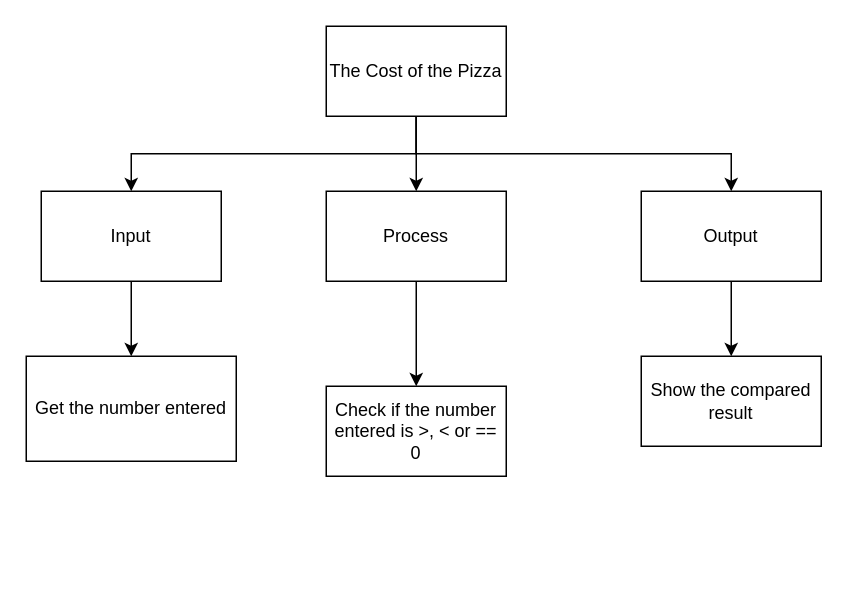
Before: design.top-down.drawio in Yiyun-Qin/ICS3U-Template-Python, a draw.io diagram. Source tidied: cells renumbered, new cells numbered last; positions are measured from the earlier drawing's top-left corner, leaving out a move shared by most shapes. Both pictures are drawn from the tidied source at 150%, with x=0, y=0 at pixel (26, 26).
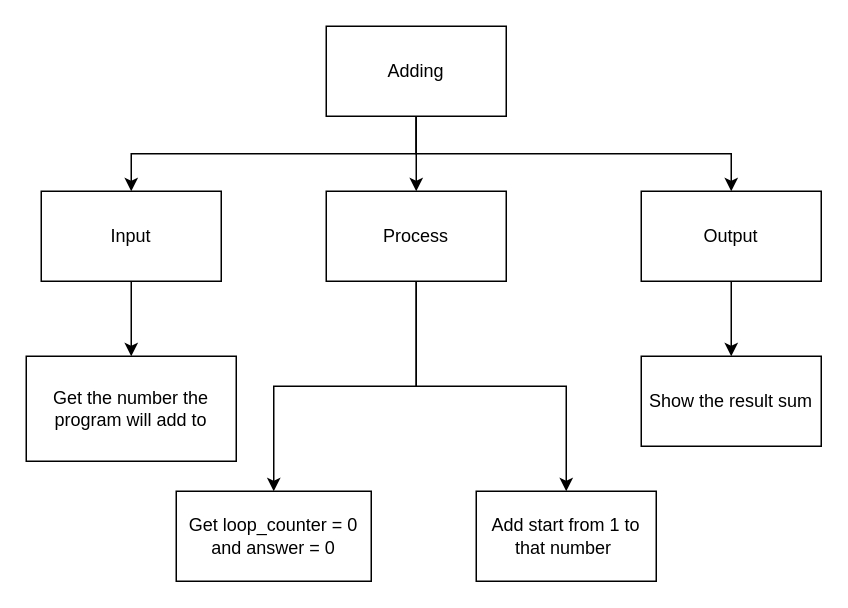
The same diagram, later.

Change to the diagram source:
```diff
@@
 <mxGraphModel>
   <root>
     <mxCell id="0" />
     <mxCell id="1" parent="0" />
     <mxCell id="2" style="edgeStyle=orthogonalEdgeStyle;html=1;exitX=0.5;exitY=1;exitDx=0;exitDy=0;entryX=0.5;entryY=0;entryDx=0;entryDy=0;rounded=0;" parent="1" edge="1" source="5" target="7">
       <mxGeometry relative="1" as="geometry" />
     </mxCell>
     <mxCell id="3" style="edgeStyle=orthogonalEdgeStyle;rounded=0;html=1;exitX=0.5;exitY=1;exitDx=0;exitDy=0;entryX=0.5;entryY=0;entryDx=0;entryDy=0;" parent="1" edge="1" source="5" target="9">
       <mxGeometry relative="1" as="geometry" />
     </mxCell>
     <mxCell id="4" style="edgeStyle=orthogonalEdgeStyle;rounded=0;html=1;exitX=0.5;exitY=1;exitDx=0;exitDy=0;entryX=0.5;entryY=0;entryDx=0;entryDy=0;" parent="1" edge="1" source="5" target="11">
       <mxGeometry relative="1" as="geometry" />
     </mxCell>
-    <mxCell id="5" value="The Cost of the Pizza" style="rounded=0;whiteSpace=wrap;html=1;" parent="1" vertex="1">
+    <mxCell id="5" value="Adding" style="rounded=0;whiteSpace=wrap;html=1;" parent="1" vertex="1">
       <mxGeometry x="200" width="120" height="60" as="geometry" />
     </mxCell>
     <mxCell id="6" style="edgeStyle=orthogonalEdgeStyle;rounded=0;html=1;exitX=0.5;exitY=1;exitDx=0;exitDy=0;entryX=0.5;entryY=0;entryDx=0;entryDy=0;" parent="1" edge="1" source="7" target="12">
       <mxGeometry relative="1" as="geometry" />
     </mxCell>
     <mxCell id="7" value="Input" style="rounded=0;whiteSpace=wrap;html=1;" parent="1" vertex="1">
       <mxGeometry x="10" y="110" width="120" height="60" as="geometry" />
     </mxCell>
     <mxCell id="8" style="edgeStyle=orthogonalEdgeStyle;rounded=0;html=1;exitX=0.5;exitY=1;exitDx=0;exitDy=0;entryX=0.5;entryY=0;entryDx=0;entryDy=0;" parent="1" edge="1" source="9" target="13">
       <mxGeometry relative="1" as="geometry" />
     </mxCell>
+    <mxCell id="15" style="edgeStyle=orthogonalEdgeStyle;html=1;exitX=0.5;exitY=1;exitDx=0;exitDy=0;entryX=0.5;entryY=0;entryDx=0;entryDy=0;rounded=0;" parent="1" edge="1" source="9" target="16">
+      <mxGeometry relative="1" as="geometry" />
+    </mxCell>
     <mxCell id="9" value="Process" style="rounded=0;whiteSpace=wrap;html=1;" parent="1" vertex="1">
       <mxGeometry x="200" y="110" width="120" height="60" as="geometry" />
     </mxCell>
     <mxCell id="10" style="edgeStyle=orthogonalEdgeStyle;rounded=0;html=1;exitX=0.5;exitY=1;exitDx=0;exitDy=0;entryX=0.5;entryY=0;entryDx=0;entryDy=0;" parent="1" edge="1" source="11" target="14">
       <mxGeometry relative="1" as="geometry" />
     </mxCell>
     <mxCell id="11" value="Output" style="rounded=0;whiteSpace=wrap;html=1;" parent="1" vertex="1">
       <mxGeometry x="410" y="110" width="120" height="60" as="geometry" />
     </mxCell>
-    <mxCell id="12" value="Get the number entered" style="rounded=0;whiteSpace=wrap;html=1;" parent="1" vertex="1">
+    <mxCell id="12" value="Get the number the program will add to" style="rounded=0;whiteSpace=wrap;html=1;" parent="1" vertex="1">
       <mxGeometry y="220" width="140" height="70" as="geometry" />
     </mxCell>
-    <mxCell id="13" value="Check if the number entered is &amp;gt;, &amp;lt; or == 0" style="rounded=0;whiteSpace=wrap;html=1;" parent="1" vertex="1">
-      <mxGeometry x="200" y="240" width="120" height="60" as="geometry" />
+    <mxCell id="13" value="Add start from 1 to that number&amp;nbsp;" style="rounded=0;whiteSpace=wrap;html=1;" parent="1" vertex="1">
+      <mxGeometry x="300" y="310" width="120" height="60" as="geometry" />
     </mxCell>
-    <mxCell id="14" value="Show the compared result" style="rounded=0;whiteSpace=wrap;html=1;" parent="1" vertex="1">
+    <mxCell id="14" value="Show the result sum" style="rounded=0;whiteSpace=wrap;html=1;" parent="1" vertex="1">
       <mxGeometry x="410" y="220" width="120" height="60" as="geometry" />
     </mxCell>
+    <mxCell id="16" value="Get loop_counter = 0 and answer = 0" style="rounded=0;whiteSpace=wrap;html=1;" parent="1" vertex="1">
+      <mxGeometry x="100" y="310" width="130" height="60" as="geometry" />
+    </mxCell>
   </root>
 </mxGraphModel>
```
